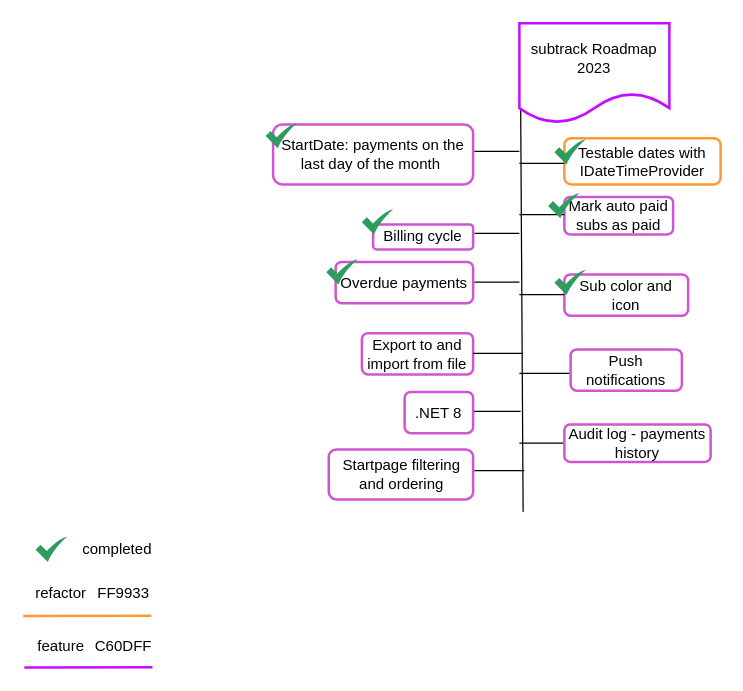
This is docs/roadmap.drawio from Code2Gether-Discord/subtrack, a draw.io file, before an edit. Source tidied: cells renumbered, new cells numbered last; positions are measured from the earlier drawing's top-left corner, leaving out a move shared by most shapes. Both pictures are drawn from the tidied source at 125%, with x=0, y=0 at pixel (22, 22).
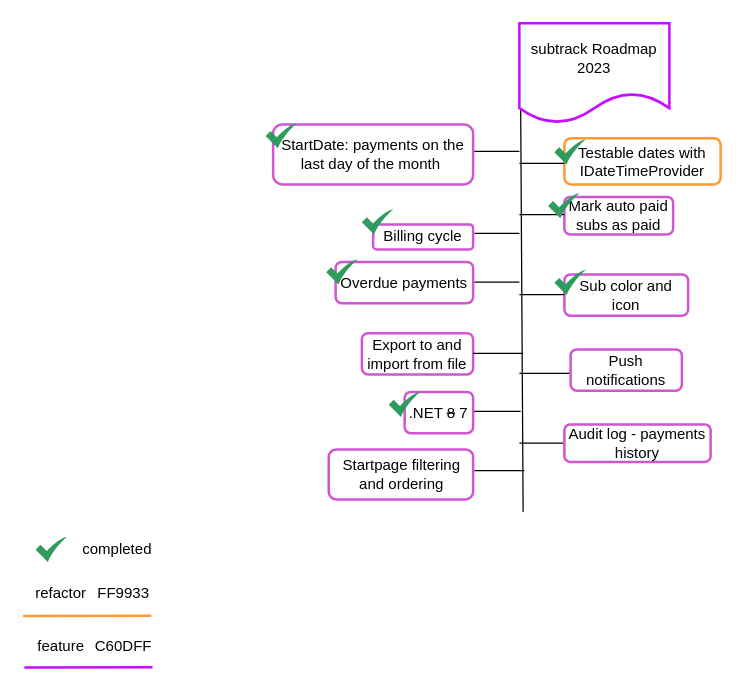
The same page after the edit.

The edit, as a diff of the source:
```diff
@@
-    <mxCell id="37" value=".NET 8" style="rounded=1;whiteSpace=wrap;html=1;labelBackgroundColor=none;labelBorderColor=none;strokeColor=#D154D1;strokeWidth=2;fontColor=#030303;fillColor=#FFFFFF;" parent="1" vertex="1">
+    <mxCell id="37" value=".NET &lt;strike&gt;8&lt;/strike&gt; 7" style="rounded=1;whiteSpace=wrap;html=1;labelBackgroundColor=none;labelBorderColor=none;strokeColor=#D154D1;strokeWidth=2;fontColor=#030303;fillColor=#FFFFFF;" parent="1" vertex="1">
       <mxGeometry x="305.2" y="295" width="54.8" height="33" as="geometry" />
     </mxCell>
@@
+    <mxCell id="40" style="sketch=0;html=1;strokeColor=none;shadow=0;align=center;verticalAlign=top;fillColor=#2D9C5E;shape=mxgraph.gcp2.check;" parent="1" vertex="1">
+      <mxGeometry x="292.5" y="295" width="25" height="20" as="geometry" />
+    </mxCell>
```
